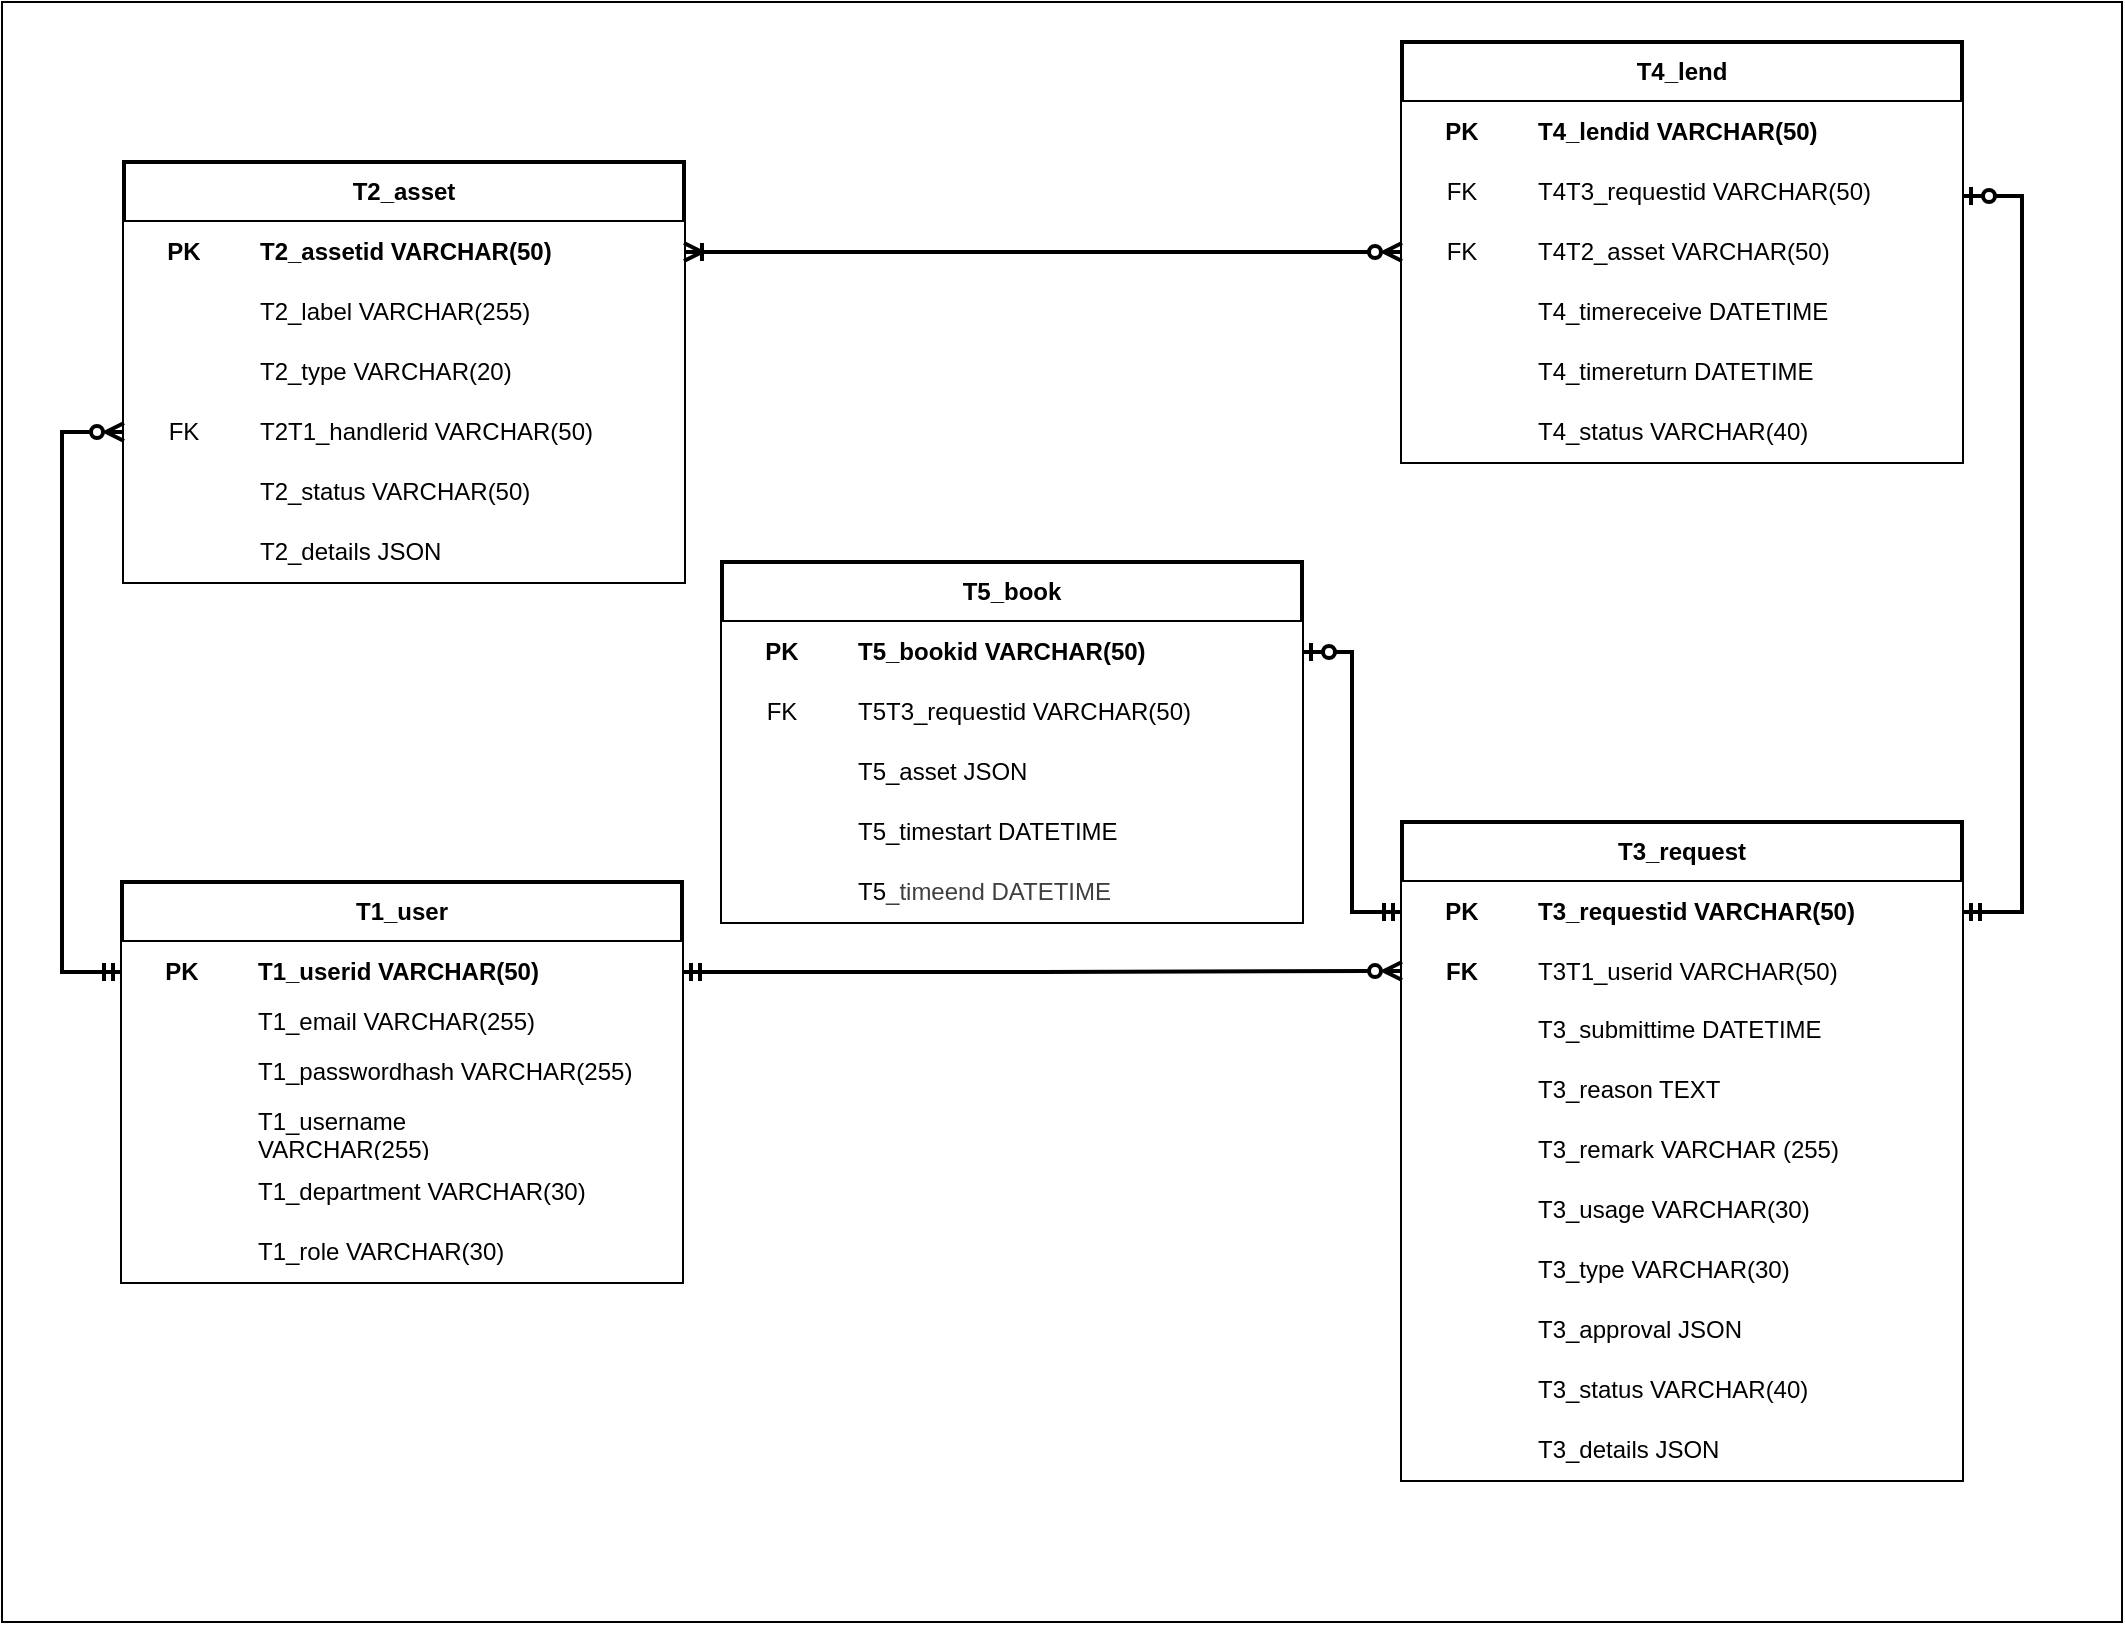
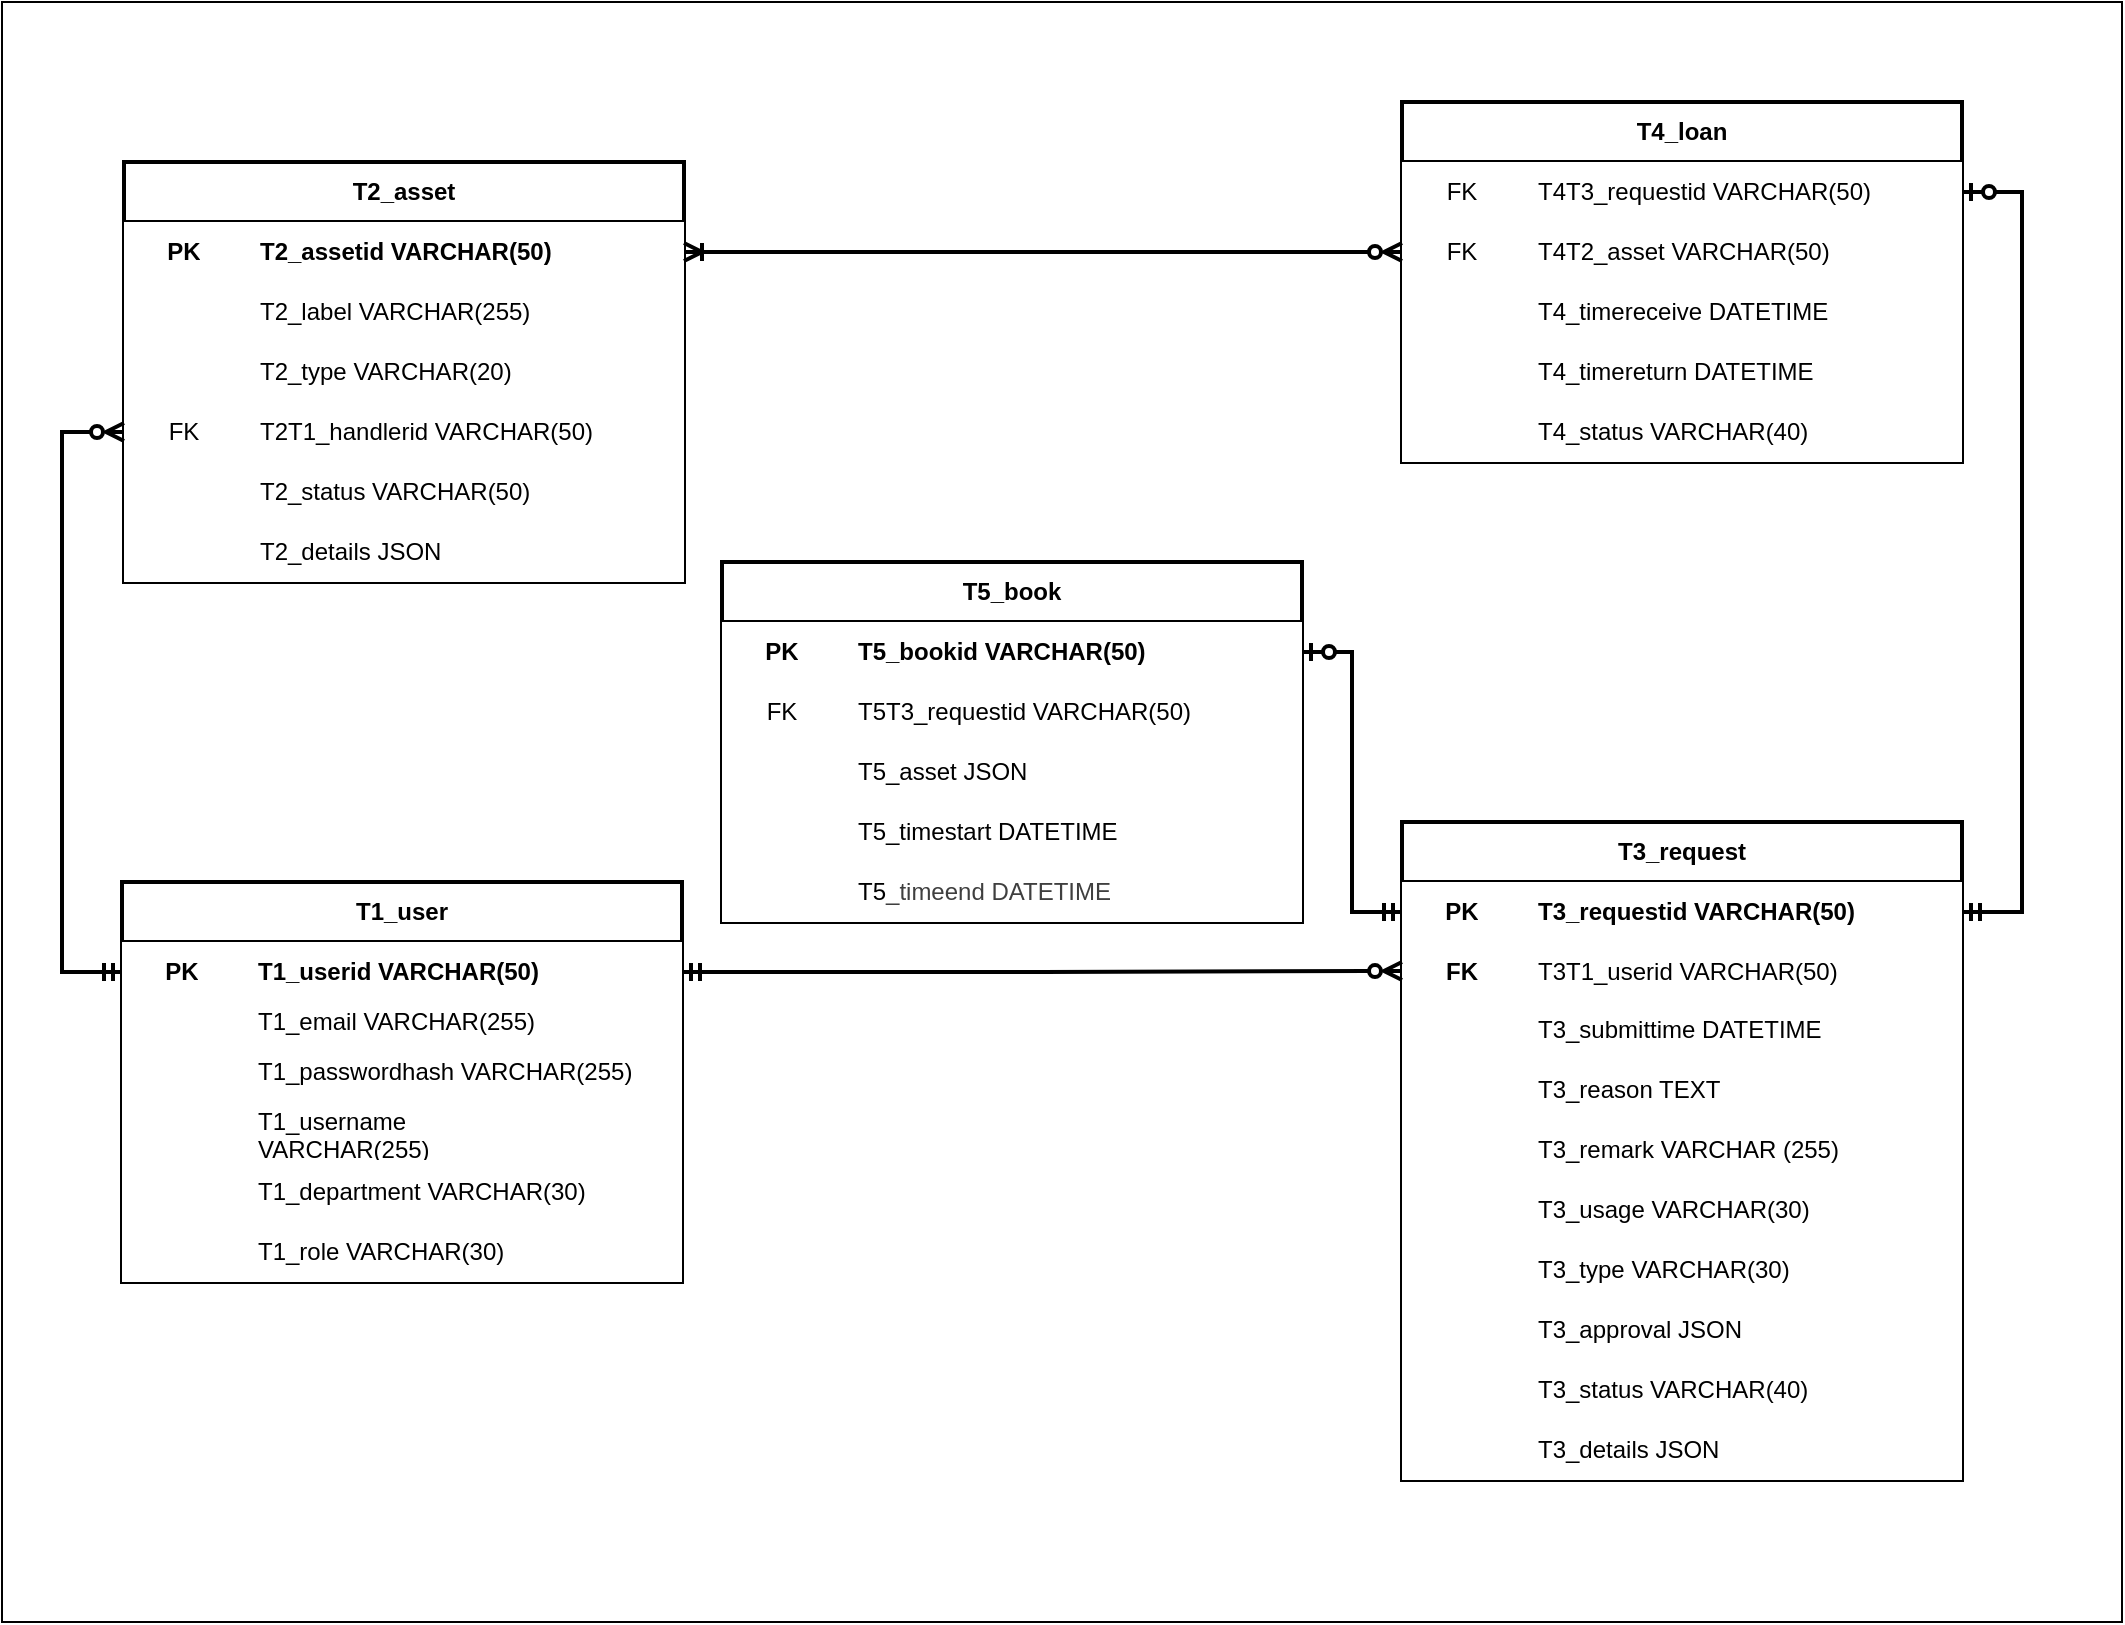
<mxfile host="65bd71144e">
    <diagram id="99jGwjI2mK34O7oxaWJw" name="Page-1">
-         <mxGraphModel dx="478" dy="547" grid="1" gridSize="10" guides="1" tooltips="1" connect="1" arrows="1" fold="1" page="1" pageScale="1" pageWidth="827" pageHeight="1169" math="0" shadow="0">
+         <mxGraphModel dx="798" dy="547" grid="1" gridSize="10" guides="1" tooltips="1" connect="1" arrows="1" fold="1" page="1" pageScale="1" pageWidth="827" pageHeight="1169" math="0" shadow="0">
            <root>
                <mxCell id="0"/>
                <mxCell id="1" parent="0"/>
                <mxCell id="160" value="" style="rounded=0;whiteSpace=wrap;html=1;" parent="1" vertex="1">
                    <mxGeometry x="160" y="90" width="1060" height="810" as="geometry"/>
                </mxCell>
                <mxCell id="18" value="T1_user" style="shape=table;startSize=30;container=1;collapsible=1;childLayout=tableLayout;fixedRows=1;rowLines=0;fontStyle=1;align=center;resizeLast=1;html=1;whiteSpace=wrap;fillColor=default;fillStyle=solid;swimlaneFillColor=none;strokeColor=default;perimeterSpacing=0;swimlaneLine=1;shadow=0;strokeWidth=2;labelBorderColor=none;labelBackgroundColor=none;" parent="1" vertex="1">
                    <mxGeometry x="220" y="530" width="280" height="200" as="geometry"/>
                </mxCell>
                <mxCell id="19" value="" style="shape=tableRow;horizontal=0;startSize=0;swimlaneHead=0;swimlaneBody=0;fillColor=default;collapsible=0;dropTarget=0;points=[[0,0.5],[1,0.5]];portConstraint=eastwest;top=0;left=0;right=0;bottom=0;html=1;labelBackgroundColor=none;labelBorderColor=none;swimlaneFillColor=none;" parent="18" vertex="1">
                    <mxGeometry y="30" width="280" height="30" as="geometry"/>
                </mxCell>
                <mxCell id="20" value="PK" style="shape=partialRectangle;connectable=0;fillColor=default;top=0;left=0;bottom=0;right=0;fontStyle=1;overflow=hidden;html=1;whiteSpace=wrap;labelBackgroundColor=none;labelBorderColor=none;swimlaneFillColor=none;" parent="19" vertex="1">
                    <mxGeometry width="60" height="30" as="geometry">
                        <mxRectangle width="60" height="30" as="alternateBounds"/>
                    </mxGeometry>
                </mxCell>
                <mxCell id="21" value="T1_userid VARCHAR(50)" style="shape=partialRectangle;connectable=0;fillColor=default;top=0;left=0;bottom=0;right=0;align=left;spacingLeft=6;fontStyle=1;overflow=hidden;html=1;whiteSpace=wrap;labelBackgroundColor=none;labelBorderColor=none;swimlaneFillColor=none;" parent="19" vertex="1">
                    <mxGeometry x="60" width="220" height="30" as="geometry">
                        <mxRectangle width="220" height="30" as="alternateBounds"/>
                    </mxGeometry>
                </mxCell>
                <mxCell id="22" value="" style="shape=tableRow;horizontal=0;startSize=0;swimlaneHead=0;swimlaneBody=0;fillColor=default;collapsible=0;dropTarget=0;points=[[0,0.5],[1,0.5]];portConstraint=eastwest;top=0;left=0;right=0;bottom=0;html=1;labelBackgroundColor=none;labelBorderColor=none;swimlaneFillColor=none;" parent="18" vertex="1">
                    <mxGeometry y="60" width="280" height="20" as="geometry"/>
                </mxCell>
                <mxCell id="23" value="" style="shape=partialRectangle;connectable=0;fillColor=default;top=0;left=0;bottom=0;right=0;fontStyle=1;overflow=hidden;html=1;whiteSpace=wrap;strokeWidth=1;shadow=0;strokeColor=default;perimeterSpacing=0;labelBackgroundColor=none;labelBorderColor=none;swimlaneFillColor=none;" parent="22" vertex="1">
                    <mxGeometry width="60" height="20" as="geometry">
                        <mxRectangle width="60" height="20" as="alternateBounds"/>
                    </mxGeometry>
                </mxCell>
                <mxCell id="24" value="T1_email VARCHAR(255)" style="shape=partialRectangle;connectable=0;fillColor=default;top=0;left=0;bottom=0;right=0;align=left;spacingLeft=6;fontStyle=0;overflow=hidden;html=1;whiteSpace=wrap;strokeWidth=1;shadow=0;perimeterSpacing=0;labelBackgroundColor=none;labelBorderColor=none;swimlaneFillColor=none;" parent="22" vertex="1">
                    <mxGeometry x="60" width="220" height="20" as="geometry">
                        <mxRectangle width="220" height="20" as="alternateBounds"/>
                    </mxGeometry>
                </mxCell>
                <mxCell id="25" value="" style="shape=tableRow;horizontal=0;startSize=0;swimlaneHead=0;swimlaneBody=0;fillColor=default;collapsible=0;dropTarget=0;points=[[0,0.5],[1,0.5]];portConstraint=eastwest;top=0;left=0;right=0;bottom=0;html=1;labelBackgroundColor=none;labelBorderColor=none;swimlaneFillColor=none;" parent="18" vertex="1">
                    <mxGeometry y="80" width="280" height="30" as="geometry"/>
                </mxCell>
                <mxCell id="26" value="" style="shape=partialRectangle;connectable=0;fillColor=default;top=0;left=0;bottom=0;right=0;editable=1;overflow=hidden;html=1;whiteSpace=wrap;labelBackgroundColor=none;labelBorderColor=none;swimlaneFillColor=none;" parent="25" vertex="1">
                    <mxGeometry width="60" height="30" as="geometry">
                        <mxRectangle width="60" height="30" as="alternateBounds"/>
                    </mxGeometry>
                </mxCell>
                <mxCell id="27" value="T1_passwordhash VARCHAR(255)" style="shape=partialRectangle;connectable=0;fillColor=default;top=0;left=0;bottom=0;right=0;align=left;spacingLeft=6;overflow=hidden;html=1;whiteSpace=wrap;labelBackgroundColor=none;labelBorderColor=none;swimlaneFillColor=none;" parent="25" vertex="1">
                    <mxGeometry x="60" width="220" height="30" as="geometry">
                        <mxRectangle width="220" height="30" as="alternateBounds"/>
                    </mxGeometry>
                </mxCell>
                <mxCell id="119" value="" style="shape=tableRow;horizontal=0;startSize=0;swimlaneHead=0;swimlaneBody=0;fillColor=default;collapsible=0;dropTarget=0;points=[[0,0.5],[1,0.5]];portConstraint=eastwest;top=0;left=0;right=0;bottom=0;html=1;labelBackgroundColor=none;labelBorderColor=none;swimlaneFillColor=none;" parent="18" vertex="1">
                    <mxGeometry y="110" width="280" height="30" as="geometry"/>
                </mxCell>
                <mxCell id="120" value="" style="shape=partialRectangle;connectable=0;fillColor=default;top=0;left=0;bottom=0;right=0;editable=1;overflow=hidden;html=1;whiteSpace=wrap;labelBackgroundColor=none;labelBorderColor=none;swimlaneFillColor=none;" parent="119" vertex="1">
                    <mxGeometry width="60" height="30" as="geometry">
                        <mxRectangle width="60" height="30" as="alternateBounds"/>
                    </mxGeometry>
                </mxCell>
                <mxCell id="121" value="T1_username VARCHAR(255)&lt;span style=&quot;white-space: pre;&quot;&gt;&#x9;&lt;/span&gt;&lt;span style=&quot;white-space: pre;&quot;&gt;&#x9;&lt;/span&gt;" style="shape=partialRectangle;connectable=0;fillColor=default;top=0;left=0;bottom=0;right=0;align=left;spacingLeft=6;overflow=hidden;html=1;whiteSpace=wrap;labelBackgroundColor=none;labelBorderColor=none;swimlaneFillColor=none;" parent="119" vertex="1">
                    <mxGeometry x="60" width="220" height="30" as="geometry">
                        <mxRectangle width="220" height="30" as="alternateBounds"/>
                    </mxGeometry>
                </mxCell>
                <mxCell id="122" value="" style="shape=tableRow;horizontal=0;startSize=0;swimlaneHead=0;swimlaneBody=0;fillColor=default;collapsible=0;dropTarget=0;points=[[0,0.5],[1,0.5]];portConstraint=eastwest;top=0;left=0;right=0;bottom=0;html=1;labelBackgroundColor=none;labelBorderColor=none;swimlaneFillColor=none;" parent="18" vertex="1">
                    <mxGeometry y="140" width="280" height="30" as="geometry"/>
                </mxCell>
                <mxCell id="123" value="" style="shape=partialRectangle;connectable=0;fillColor=default;top=0;left=0;bottom=0;right=0;editable=1;overflow=hidden;html=1;whiteSpace=wrap;labelBackgroundColor=none;labelBorderColor=none;swimlaneFillColor=none;" parent="122" vertex="1">
                    <mxGeometry width="60" height="30" as="geometry">
                        <mxRectangle width="60" height="30" as="alternateBounds"/>
                    </mxGeometry>
                </mxCell>
                <mxCell id="124" value="T1_department VARCHAR(30)" style="shape=partialRectangle;connectable=0;fillColor=default;top=0;left=0;bottom=0;right=0;align=left;spacingLeft=6;overflow=hidden;html=1;whiteSpace=wrap;labelBackgroundColor=none;labelBorderColor=none;swimlaneFillColor=none;" parent="122" vertex="1">
                    <mxGeometry x="60" width="220" height="30" as="geometry">
                        <mxRectangle width="220" height="30" as="alternateBounds"/>
                    </mxGeometry>
                </mxCell>
                <mxCell id="28" value="" style="shape=tableRow;horizontal=0;startSize=0;swimlaneHead=0;swimlaneBody=0;fillColor=default;collapsible=0;dropTarget=0;points=[[0,0.5],[1,0.5]];portConstraint=eastwest;top=0;left=0;right=0;bottom=0;html=1;labelBackgroundColor=none;labelBorderColor=none;swimlaneFillColor=none;" parent="18" vertex="1">
                    <mxGeometry y="170" width="280" height="30" as="geometry"/>
                </mxCell>
                <mxCell id="29" value="" style="shape=partialRectangle;connectable=0;fillColor=default;top=0;left=0;bottom=0;right=0;editable=1;overflow=hidden;html=1;whiteSpace=wrap;labelBackgroundColor=none;labelBorderColor=none;swimlaneFillColor=none;" parent="28" vertex="1">
                    <mxGeometry width="60" height="30" as="geometry">
                        <mxRectangle width="60" height="30" as="alternateBounds"/>
                    </mxGeometry>
                </mxCell>
                <mxCell id="30" value="T1_role VARCHAR(30)" style="shape=partialRectangle;connectable=0;fillColor=default;top=0;left=0;bottom=0;right=0;align=left;spacingLeft=6;overflow=hidden;html=1;whiteSpace=wrap;labelBackgroundColor=none;labelBorderColor=none;swimlaneFillColor=none;" parent="28" vertex="1">
                    <mxGeometry x="60" width="220" height="30" as="geometry">
                        <mxRectangle width="220" height="30" as="alternateBounds"/>
                    </mxGeometry>
                </mxCell>
                <mxCell id="34" value="T2_asset" style="shape=table;startSize=30;container=1;collapsible=1;childLayout=tableLayout;fixedRows=1;rowLines=0;fontStyle=1;align=center;resizeLast=1;html=1;whiteSpace=wrap;fillColor=default;fillStyle=solid;swimlaneFillColor=none;strokeColor=default;perimeterSpacing=0;swimlaneLine=1;shadow=0;strokeWidth=2;labelBorderColor=none;labelBackgroundColor=none;" parent="1" vertex="1">
                    <mxGeometry x="221" y="170" width="280" height="210" as="geometry"/>
                </mxCell>
                <mxCell id="35" value="" style="shape=tableRow;horizontal=0;startSize=0;swimlaneHead=0;swimlaneBody=0;fillColor=default;collapsible=0;dropTarget=0;points=[[0,0.5],[1,0.5]];portConstraint=eastwest;top=0;left=0;right=0;bottom=0;html=1;labelBackgroundColor=none;labelBorderColor=none;swimlaneFillColor=none;" parent="34" vertex="1">
                    <mxGeometry y="30" width="280" height="30" as="geometry"/>
                </mxCell>
                <mxCell id="36" value="PK" style="shape=partialRectangle;connectable=0;fillColor=default;top=0;left=0;bottom=0;right=0;fontStyle=1;overflow=hidden;html=1;whiteSpace=wrap;labelBackgroundColor=none;labelBorderColor=none;swimlaneFillColor=none;" parent="35" vertex="1">
                    <mxGeometry width="60" height="30" as="geometry">
                        <mxRectangle width="60" height="30" as="alternateBounds"/>
                    </mxGeometry>
                </mxCell>
                <mxCell id="37" value="T2_assetid VARCHAR(50)" style="shape=partialRectangle;connectable=0;fillColor=default;top=0;left=0;bottom=0;right=0;align=left;spacingLeft=6;fontStyle=1;overflow=hidden;html=1;whiteSpace=wrap;labelBackgroundColor=none;labelBorderColor=none;swimlaneFillColor=none;" parent="35" vertex="1">
                    <mxGeometry x="60" width="220" height="30" as="geometry">
                        <mxRectangle width="220" height="30" as="alternateBounds"/>
                    </mxGeometry>
                </mxCell>
                <mxCell id="38" value="" style="shape=tableRow;horizontal=0;startSize=0;swimlaneHead=0;swimlaneBody=0;fillColor=default;collapsible=0;dropTarget=0;points=[[0,0.5],[1,0.5]];portConstraint=eastwest;top=0;left=0;right=0;bottom=0;html=1;labelBackgroundColor=none;labelBorderColor=none;swimlaneFillColor=none;" parent="34" vertex="1">
                    <mxGeometry y="60" width="280" height="30" as="geometry"/>
                </mxCell>
                <mxCell id="39" value="" style="shape=partialRectangle;connectable=0;fillColor=default;top=0;left=0;bottom=0;right=0;fontStyle=1;overflow=hidden;html=1;whiteSpace=wrap;strokeWidth=1;shadow=0;strokeColor=default;perimeterSpacing=0;labelBackgroundColor=none;labelBorderColor=none;swimlaneFillColor=none;" parent="38" vertex="1">
                    <mxGeometry width="60" height="30" as="geometry">
                        <mxRectangle width="60" height="30" as="alternateBounds"/>
                    </mxGeometry>
                </mxCell>
                <mxCell id="40" value="T2_label VARCHAR(255)" style="shape=partialRectangle;connectable=0;fillColor=default;top=0;left=0;bottom=0;right=0;align=left;spacingLeft=6;fontStyle=0;overflow=hidden;html=1;whiteSpace=wrap;strokeWidth=1;shadow=0;perimeterSpacing=0;labelBackgroundColor=none;labelBorderColor=none;swimlaneFillColor=none;" parent="38" vertex="1">
                    <mxGeometry x="60" width="220" height="30" as="geometry">
                        <mxRectangle width="220" height="30" as="alternateBounds"/>
                    </mxGeometry>
                </mxCell>
                <mxCell id="66" value="" style="shape=tableRow;horizontal=0;startSize=0;swimlaneHead=0;swimlaneBody=0;fillColor=default;collapsible=0;dropTarget=0;points=[[0,0.5],[1,0.5]];portConstraint=eastwest;top=0;left=0;right=0;bottom=0;html=1;labelBackgroundColor=none;labelBorderColor=none;swimlaneFillColor=none;" parent="34" vertex="1">
                    <mxGeometry y="90" width="280" height="30" as="geometry"/>
                </mxCell>
                <mxCell id="67" value="" style="shape=partialRectangle;connectable=0;fillColor=default;top=0;left=0;bottom=0;right=0;fontStyle=1;overflow=hidden;html=1;whiteSpace=wrap;strokeWidth=1;shadow=0;strokeColor=default;perimeterSpacing=0;labelBackgroundColor=none;labelBorderColor=none;swimlaneFillColor=none;" parent="66" vertex="1">
                    <mxGeometry width="60" height="30" as="geometry">
                        <mxRectangle width="60" height="30" as="alternateBounds"/>
                    </mxGeometry>
                </mxCell>
                <mxCell id="68" value="T2_type VARCHAR(20)" style="shape=partialRectangle;connectable=0;fillColor=default;top=0;left=0;bottom=0;right=0;align=left;spacingLeft=6;fontStyle=0;overflow=hidden;html=1;whiteSpace=wrap;strokeWidth=1;shadow=0;perimeterSpacing=0;labelBackgroundColor=none;labelBorderColor=none;swimlaneFillColor=none;" parent="66" vertex="1">
                    <mxGeometry x="60" width="220" height="30" as="geometry">
                        <mxRectangle width="220" height="30" as="alternateBounds"/>
                    </mxGeometry>
                </mxCell>
                <mxCell id="60" value="" style="shape=tableRow;horizontal=0;startSize=0;swimlaneHead=0;swimlaneBody=0;fillColor=default;collapsible=0;dropTarget=0;points=[[0,0.5],[1,0.5]];portConstraint=eastwest;top=0;left=0;right=0;bottom=0;html=1;labelBackgroundColor=none;labelBorderColor=none;swimlaneFillColor=none;" parent="34" vertex="1">
                    <mxGeometry y="120" width="280" height="30" as="geometry"/>
                </mxCell>
                <mxCell id="61" value="FK" style="shape=partialRectangle;connectable=0;fillColor=default;top=0;left=0;bottom=0;right=0;editable=1;overflow=hidden;html=1;whiteSpace=wrap;labelBackgroundColor=none;labelBorderColor=none;swimlaneFillColor=none;" parent="60" vertex="1">
                    <mxGeometry width="60" height="30" as="geometry">
                        <mxRectangle width="60" height="30" as="alternateBounds"/>
                    </mxGeometry>
                </mxCell>
                <mxCell id="62" value="T2T1_handlerid VARCHAR(50)" style="shape=partialRectangle;connectable=0;fillColor=default;top=0;left=0;bottom=0;right=0;align=left;spacingLeft=6;overflow=hidden;html=1;whiteSpace=wrap;labelBackgroundColor=none;labelBorderColor=none;swimlaneFillColor=none;" parent="60" vertex="1">
                    <mxGeometry x="60" width="220" height="30" as="geometry">
                        <mxRectangle width="220" height="30" as="alternateBounds"/>
                    </mxGeometry>
                </mxCell>
                <mxCell id="69" value="" style="shape=tableRow;horizontal=0;startSize=0;swimlaneHead=0;swimlaneBody=0;fillColor=default;collapsible=0;dropTarget=0;points=[[0,0.5],[1,0.5]];portConstraint=eastwest;top=0;left=0;right=0;bottom=0;html=1;labelBackgroundColor=none;labelBorderColor=none;swimlaneFillColor=none;" parent="34" vertex="1">
                    <mxGeometry y="150" width="280" height="30" as="geometry"/>
                </mxCell>
                <mxCell id="70" value="" style="shape=partialRectangle;connectable=0;fillColor=default;top=0;left=0;bottom=0;right=0;editable=1;overflow=hidden;html=1;whiteSpace=wrap;labelBackgroundColor=none;labelBorderColor=none;swimlaneFillColor=none;" parent="69" vertex="1">
                    <mxGeometry width="60" height="30" as="geometry">
                        <mxRectangle width="60" height="30" as="alternateBounds"/>
                    </mxGeometry>
                </mxCell>
                <mxCell id="71" value="T2_status VARCHAR(50)" style="shape=partialRectangle;connectable=0;fillColor=default;top=0;left=0;bottom=0;right=0;align=left;spacingLeft=6;overflow=hidden;html=1;whiteSpace=wrap;labelBackgroundColor=none;labelBorderColor=none;swimlaneFillColor=none;" parent="69" vertex="1">
                    <mxGeometry x="60" width="220" height="30" as="geometry">
                        <mxRectangle width="220" height="30" as="alternateBounds"/>
                    </mxGeometry>
                </mxCell>
                <mxCell id="153" value="" style="shape=tableRow;horizontal=0;startSize=0;swimlaneHead=0;swimlaneBody=0;fillColor=default;collapsible=0;dropTarget=0;points=[[0,0.5],[1,0.5]];portConstraint=eastwest;top=0;left=0;right=0;bottom=0;html=1;labelBackgroundColor=none;labelBorderColor=none;swimlaneFillColor=none;" parent="34" vertex="1">
                    <mxGeometry y="180" width="280" height="30" as="geometry"/>
                </mxCell>
                <mxCell id="154" value="" style="shape=partialRectangle;connectable=0;fillColor=default;top=0;left=0;bottom=0;right=0;editable=1;overflow=hidden;html=1;whiteSpace=wrap;labelBackgroundColor=none;labelBorderColor=none;swimlaneFillColor=none;" parent="153" vertex="1">
                    <mxGeometry width="60" height="30" as="geometry">
                        <mxRectangle width="60" height="30" as="alternateBounds"/>
                    </mxGeometry>
                </mxCell>
                <mxCell id="155" value="T2_details JSON" style="shape=partialRectangle;connectable=0;fillColor=default;top=0;left=0;bottom=0;right=0;align=left;spacingLeft=6;overflow=hidden;html=1;whiteSpace=wrap;labelBackgroundColor=none;labelBorderColor=none;swimlaneFillColor=none;" parent="153" vertex="1">
                    <mxGeometry x="60" width="220" height="30" as="geometry">
                        <mxRectangle width="220" height="30" as="alternateBounds"/>
                    </mxGeometry>
                </mxCell>
                <mxCell id="72" value="T3_request" style="shape=table;startSize=30;container=1;collapsible=1;childLayout=tableLayout;fixedRows=1;rowLines=0;fontStyle=1;align=center;resizeLast=1;html=1;whiteSpace=wrap;fillColor=default;fillStyle=solid;swimlaneFillColor=none;strokeColor=default;perimeterSpacing=0;swimlaneLine=1;shadow=0;strokeWidth=2;labelBorderColor=none;labelBackgroundColor=none;" parent="1" vertex="1">
                    <mxGeometry x="860" y="500" width="280" height="329" as="geometry"/>
                </mxCell>
                <mxCell id="73" value="" style="shape=tableRow;horizontal=0;startSize=0;swimlaneHead=0;swimlaneBody=0;fillColor=default;collapsible=0;dropTarget=0;points=[[0,0.5],[1,0.5]];portConstraint=eastwest;top=0;left=0;right=0;bottom=0;html=1;labelBackgroundColor=none;labelBorderColor=none;swimlaneFillColor=none;" parent="72" vertex="1">
                    <mxGeometry y="30" width="280" height="30" as="geometry"/>
                </mxCell>
                <mxCell id="74" value="PK" style="shape=partialRectangle;connectable=0;fillColor=default;top=0;left=0;bottom=0;right=0;fontStyle=1;overflow=hidden;html=1;whiteSpace=wrap;labelBackgroundColor=none;labelBorderColor=none;swimlaneFillColor=none;" parent="73" vertex="1">
                    <mxGeometry width="60" height="30" as="geometry">
                        <mxRectangle width="60" height="30" as="alternateBounds"/>
                    </mxGeometry>
                </mxCell>
                <mxCell id="75" value="T3_requestid VARCHAR(50)" style="shape=partialRectangle;connectable=0;fillColor=default;top=0;left=0;bottom=0;right=0;align=left;spacingLeft=6;fontStyle=1;overflow=hidden;html=1;whiteSpace=wrap;labelBackgroundColor=none;labelBorderColor=none;swimlaneFillColor=none;" parent="73" vertex="1">
                    <mxGeometry x="60" width="220" height="30" as="geometry">
                        <mxRectangle width="220" height="30" as="alternateBounds"/>
                    </mxGeometry>
                </mxCell>
                <mxCell id="76" value="" style="shape=tableRow;horizontal=0;startSize=0;swimlaneHead=0;swimlaneBody=0;fillColor=default;collapsible=0;dropTarget=0;points=[[0,0.5],[1,0.5]];portConstraint=eastwest;top=0;left=0;right=0;bottom=0;html=1;labelBackgroundColor=none;labelBorderColor=none;swimlaneFillColor=none;" parent="72" vertex="1">
                    <mxGeometry y="60" width="280" height="29" as="geometry"/>
                </mxCell>
                <mxCell id="77" value="FK" style="shape=partialRectangle;connectable=0;fillColor=default;top=0;left=0;bottom=0;right=0;fontStyle=1;overflow=hidden;html=1;whiteSpace=wrap;strokeWidth=1;shadow=0;strokeColor=default;perimeterSpacing=0;labelBackgroundColor=none;labelBorderColor=none;swimlaneFillColor=none;" parent="76" vertex="1">
                    <mxGeometry width="60" height="29" as="geometry">
                        <mxRectangle width="60" height="29" as="alternateBounds"/>
                    </mxGeometry>
                </mxCell>
                <mxCell id="78" value="T3T1_userid VARCHAR(50)" style="shape=partialRectangle;connectable=0;fillColor=default;top=0;left=0;bottom=0;right=0;align=left;spacingLeft=6;fontStyle=0;overflow=hidden;html=1;whiteSpace=wrap;strokeWidth=1;shadow=0;perimeterSpacing=0;labelBackgroundColor=none;labelBorderColor=none;swimlaneFillColor=none;" parent="76" vertex="1">
                    <mxGeometry x="60" width="220" height="29" as="geometry">
                        <mxRectangle width="220" height="29" as="alternateBounds"/>
                    </mxGeometry>
                </mxCell>
                <mxCell id="79" value="" style="shape=tableRow;horizontal=0;startSize=0;swimlaneHead=0;swimlaneBody=0;fillColor=default;collapsible=0;dropTarget=0;points=[[0,0.5],[1,0.5]];portConstraint=eastwest;top=0;left=0;right=0;bottom=0;html=1;labelBackgroundColor=none;labelBorderColor=none;swimlaneFillColor=none;" parent="72" vertex="1">
                    <mxGeometry y="89" width="280" height="30" as="geometry"/>
                </mxCell>
                <mxCell id="80" value="" style="shape=partialRectangle;connectable=0;fillColor=default;top=0;left=0;bottom=0;right=0;editable=1;overflow=hidden;html=1;whiteSpace=wrap;labelBackgroundColor=none;labelBorderColor=none;swimlaneFillColor=none;" parent="79" vertex="1">
                    <mxGeometry width="60" height="30" as="geometry">
                        <mxRectangle width="60" height="30" as="alternateBounds"/>
                    </mxGeometry>
                </mxCell>
                <mxCell id="81" value="T3_submittime DATETIME" style="shape=partialRectangle;connectable=0;fillColor=default;top=0;left=0;bottom=0;right=0;align=left;spacingLeft=6;overflow=hidden;html=1;whiteSpace=wrap;labelBackgroundColor=none;labelBorderColor=none;swimlaneFillColor=none;" parent="79" vertex="1">
                    <mxGeometry x="60" width="220" height="30" as="geometry">
                        <mxRectangle width="220" height="30" as="alternateBounds"/>
                    </mxGeometry>
                </mxCell>
                <mxCell id="128" value="" style="shape=tableRow;horizontal=0;startSize=0;swimlaneHead=0;swimlaneBody=0;fillColor=default;collapsible=0;dropTarget=0;points=[[0,0.5],[1,0.5]];portConstraint=eastwest;top=0;left=0;right=0;bottom=0;html=1;labelBackgroundColor=none;labelBorderColor=none;swimlaneFillColor=none;" parent="72" vertex="1">
                    <mxGeometry y="119" width="280" height="30" as="geometry"/>
                </mxCell>
                <mxCell id="129" value="" style="shape=partialRectangle;connectable=0;fillColor=default;top=0;left=0;bottom=0;right=0;editable=1;overflow=hidden;html=1;whiteSpace=wrap;labelBackgroundColor=none;labelBorderColor=none;swimlaneFillColor=none;" parent="128" vertex="1">
                    <mxGeometry width="60" height="30" as="geometry">
                        <mxRectangle width="60" height="30" as="alternateBounds"/>
                    </mxGeometry>
                </mxCell>
                <mxCell id="130" value="T3_reason TEXT" style="shape=partialRectangle;connectable=0;fillColor=default;top=0;left=0;bottom=0;right=0;align=left;spacingLeft=6;overflow=hidden;html=1;whiteSpace=wrap;labelBackgroundColor=none;labelBorderColor=none;swimlaneFillColor=none;" parent="128" vertex="1">
                    <mxGeometry x="60" width="220" height="30" as="geometry">
                        <mxRectangle width="220" height="30" as="alternateBounds"/>
                    </mxGeometry>
                </mxCell>
                <mxCell id="131" value="" style="shape=tableRow;horizontal=0;startSize=0;swimlaneHead=0;swimlaneBody=0;fillColor=default;collapsible=0;dropTarget=0;points=[[0,0.5],[1,0.5]];portConstraint=eastwest;top=0;left=0;right=0;bottom=0;html=1;labelBackgroundColor=none;labelBorderColor=none;swimlaneFillColor=none;" parent="72" vertex="1">
                    <mxGeometry y="149" width="280" height="30" as="geometry"/>
                </mxCell>
                <mxCell id="132" value="" style="shape=partialRectangle;connectable=0;fillColor=default;top=0;left=0;bottom=0;right=0;editable=1;overflow=hidden;html=1;whiteSpace=wrap;labelBackgroundColor=none;labelBorderColor=none;swimlaneFillColor=none;" parent="131" vertex="1">
                    <mxGeometry width="60" height="30" as="geometry">
                        <mxRectangle width="60" height="30" as="alternateBounds"/>
                    </mxGeometry>
                </mxCell>
                <mxCell id="133" value="T3_remark VARCHAR (255)" style="shape=partialRectangle;connectable=0;fillColor=default;top=0;left=0;bottom=0;right=0;align=left;spacingLeft=6;overflow=hidden;html=1;whiteSpace=wrap;labelBackgroundColor=none;labelBorderColor=none;swimlaneFillColor=none;" parent="131" vertex="1">
                    <mxGeometry x="60" width="220" height="30" as="geometry">
                        <mxRectangle width="220" height="30" as="alternateBounds"/>
                    </mxGeometry>
                </mxCell>
                <mxCell id="134" value="" style="shape=tableRow;horizontal=0;startSize=0;swimlaneHead=0;swimlaneBody=0;fillColor=default;collapsible=0;dropTarget=0;points=[[0,0.5],[1,0.5]];portConstraint=eastwest;top=0;left=0;right=0;bottom=0;html=1;labelBackgroundColor=none;labelBorderColor=none;swimlaneFillColor=none;" parent="72" vertex="1">
                    <mxGeometry y="179" width="280" height="30" as="geometry"/>
                </mxCell>
                <mxCell id="135" value="" style="shape=partialRectangle;connectable=0;fillColor=default;top=0;left=0;bottom=0;right=0;editable=1;overflow=hidden;html=1;whiteSpace=wrap;labelBackgroundColor=none;labelBorderColor=none;swimlaneFillColor=none;" parent="134" vertex="1">
                    <mxGeometry width="60" height="30" as="geometry">
                        <mxRectangle width="60" height="30" as="alternateBounds"/>
                    </mxGeometry>
                </mxCell>
                <mxCell id="136" value="T3_usage VARCHAR(30)" style="shape=partialRectangle;connectable=0;fillColor=default;top=0;left=0;bottom=0;right=0;align=left;spacingLeft=6;overflow=hidden;html=1;whiteSpace=wrap;labelBackgroundColor=none;labelBorderColor=none;swimlaneFillColor=none;" parent="134" vertex="1">
                    <mxGeometry x="60" width="220" height="30" as="geometry">
                        <mxRectangle width="220" height="30" as="alternateBounds"/>
                    </mxGeometry>
                </mxCell>
                <mxCell id="137" value="" style="shape=tableRow;horizontal=0;startSize=0;swimlaneHead=0;swimlaneBody=0;fillColor=default;collapsible=0;dropTarget=0;points=[[0,0.5],[1,0.5]];portConstraint=eastwest;top=0;left=0;right=0;bottom=0;html=1;labelBackgroundColor=none;labelBorderColor=none;swimlaneFillColor=none;" parent="72" vertex="1">
                    <mxGeometry y="209" width="280" height="30" as="geometry"/>
                </mxCell>
                <mxCell id="138" value="" style="shape=partialRectangle;connectable=0;fillColor=default;top=0;left=0;bottom=0;right=0;editable=1;overflow=hidden;html=1;whiteSpace=wrap;labelBackgroundColor=none;labelBorderColor=none;swimlaneFillColor=none;" parent="137" vertex="1">
                    <mxGeometry width="60" height="30" as="geometry">
                        <mxRectangle width="60" height="30" as="alternateBounds"/>
                    </mxGeometry>
                </mxCell>
                <mxCell id="139" value="T3_type VARCHAR(30)" style="shape=partialRectangle;connectable=0;fillColor=default;top=0;left=0;bottom=0;right=0;align=left;spacingLeft=6;overflow=hidden;html=1;whiteSpace=wrap;labelBackgroundColor=none;labelBorderColor=none;swimlaneFillColor=none;" parent="137" vertex="1">
                    <mxGeometry x="60" width="220" height="30" as="geometry">
                        <mxRectangle width="220" height="30" as="alternateBounds"/>
                    </mxGeometry>
                </mxCell>
                <mxCell id="82" value="" style="shape=tableRow;horizontal=0;startSize=0;swimlaneHead=0;swimlaneBody=0;fillColor=default;collapsible=0;dropTarget=0;points=[[0,0.5],[1,0.5]];portConstraint=eastwest;top=0;left=0;right=0;bottom=0;html=1;labelBackgroundColor=none;labelBorderColor=none;swimlaneFillColor=none;" parent="72" vertex="1">
                    <mxGeometry y="239" width="280" height="30" as="geometry"/>
                </mxCell>
                <mxCell id="83" value="" style="shape=partialRectangle;connectable=0;fillColor=default;top=0;left=0;bottom=0;right=0;editable=1;overflow=hidden;html=1;whiteSpace=wrap;labelBackgroundColor=none;labelBorderColor=none;swimlaneFillColor=none;" parent="82" vertex="1">
                    <mxGeometry width="60" height="30" as="geometry">
                        <mxRectangle width="60" height="30" as="alternateBounds"/>
                    </mxGeometry>
                </mxCell>
                <mxCell id="84" value="T3_approval JSON" style="shape=partialRectangle;connectable=0;fillColor=default;top=0;left=0;bottom=0;right=0;align=left;spacingLeft=6;overflow=hidden;html=1;whiteSpace=wrap;labelBackgroundColor=none;labelBorderColor=none;swimlaneFillColor=none;" parent="82" vertex="1">
                    <mxGeometry x="60" width="220" height="30" as="geometry">
                        <mxRectangle width="220" height="30" as="alternateBounds"/>
                    </mxGeometry>
                </mxCell>
                <mxCell id="88" value="" style="shape=tableRow;horizontal=0;startSize=0;swimlaneHead=0;swimlaneBody=0;fillColor=default;collapsible=0;dropTarget=0;points=[[0,0.5],[1,0.5]];portConstraint=eastwest;top=0;left=0;right=0;bottom=0;html=1;labelBackgroundColor=none;labelBorderColor=none;swimlaneFillColor=none;" parent="72" vertex="1">
                    <mxGeometry y="269" width="280" height="30" as="geometry"/>
                </mxCell>
                <mxCell id="89" value="" style="shape=partialRectangle;connectable=0;fillColor=default;top=0;left=0;bottom=0;right=0;editable=1;overflow=hidden;html=1;whiteSpace=wrap;labelBackgroundColor=none;labelBorderColor=none;swimlaneFillColor=none;" parent="88" vertex="1">
                    <mxGeometry width="60" height="30" as="geometry">
                        <mxRectangle width="60" height="30" as="alternateBounds"/>
                    </mxGeometry>
                </mxCell>
                <mxCell id="90" value="T3_status VARCHAR(40)" style="shape=partialRectangle;connectable=0;fillColor=default;top=0;left=0;bottom=0;right=0;align=left;spacingLeft=6;overflow=hidden;html=1;whiteSpace=wrap;labelBackgroundColor=none;labelBorderColor=none;swimlaneFillColor=none;" parent="88" vertex="1">
                    <mxGeometry x="60" width="220" height="30" as="geometry">
                        <mxRectangle width="220" height="30" as="alternateBounds"/>
                    </mxGeometry>
                </mxCell>
                <mxCell id="85" value="" style="shape=tableRow;horizontal=0;startSize=0;swimlaneHead=0;swimlaneBody=0;fillColor=default;collapsible=0;dropTarget=0;points=[[0,0.5],[1,0.5]];portConstraint=eastwest;top=0;left=0;right=0;bottom=0;html=1;labelBackgroundColor=none;labelBorderColor=none;swimlaneFillColor=none;" parent="72" vertex="1">
                    <mxGeometry y="299" width="280" height="30" as="geometry"/>
                </mxCell>
                <mxCell id="86" value="" style="shape=partialRectangle;connectable=0;fillColor=default;top=0;left=0;bottom=0;right=0;editable=1;overflow=hidden;html=1;whiteSpace=wrap;labelBackgroundColor=none;labelBorderColor=none;swimlaneFillColor=none;" parent="85" vertex="1">
                    <mxGeometry width="60" height="30" as="geometry">
                        <mxRectangle width="60" height="30" as="alternateBounds"/>
                    </mxGeometry>
                </mxCell>
                <mxCell id="87" value="T3_details JSON" style="shape=partialRectangle;connectable=0;fillColor=default;top=0;left=0;bottom=0;right=0;align=left;spacingLeft=6;overflow=hidden;html=1;whiteSpace=wrap;labelBackgroundColor=none;labelBorderColor=none;swimlaneFillColor=none;" parent="85" vertex="1">
                    <mxGeometry x="60" width="220" height="30" as="geometry">
                        <mxRectangle width="220" height="30" as="alternateBounds"/>
                    </mxGeometry>
                </mxCell>
-                 <mxCell id="161" value="T4_lend" style="shape=table;startSize=30;container=1;collapsible=1;childLayout=tableLayout;fixedRows=1;rowLines=0;fontStyle=1;align=center;resizeLast=1;html=1;whiteSpace=wrap;fillColor=default;fillStyle=solid;swimlaneFillColor=none;strokeColor=default;perimeterSpacing=0;swimlaneLine=1;shadow=0;strokeWidth=2;labelBorderColor=none;labelBackgroundColor=none;" parent="1" vertex="1">
-                     <mxGeometry x="860" y="110" width="280" height="210" as="geometry"/>
-                 </mxCell>
-                 <mxCell id="162" value="" style="shape=tableRow;horizontal=0;startSize=0;swimlaneHead=0;swimlaneBody=0;fillColor=default;collapsible=0;dropTarget=0;points=[[0,0.5],[1,0.5]];portConstraint=eastwest;top=0;left=0;right=0;bottom=0;html=1;labelBackgroundColor=none;labelBorderColor=none;swimlaneFillColor=none;" parent="161" vertex="1">
+                 <mxCell id="161" value="T4_loan" style="shape=table;startSize=30;container=1;collapsible=1;childLayout=tableLayout;fixedRows=1;rowLines=0;fontStyle=1;align=center;resizeLast=1;html=1;whiteSpace=wrap;fillColor=default;fillStyle=solid;swimlaneFillColor=none;strokeColor=default;perimeterSpacing=0;swimlaneLine=1;shadow=0;strokeWidth=2;labelBorderColor=none;labelBackgroundColor=none;" parent="1" vertex="1">
+                     <mxGeometry x="860" y="140" width="280" height="180" as="geometry"/>
+                 </mxCell>
+                 <mxCell id="201" value="" style="shape=tableRow;horizontal=0;startSize=0;swimlaneHead=0;swimlaneBody=0;fillColor=default;collapsible=0;dropTarget=0;points=[[0,0.5],[1,0.5]];portConstraint=eastwest;top=0;left=0;right=0;bottom=0;html=1;labelBackgroundColor=none;labelBorderColor=none;swimlaneFillColor=none;" parent="161" vertex="1">
                    <mxGeometry y="30" width="280" height="30" as="geometry"/>
                </mxCell>
-                 <mxCell id="163" value="PK" style="shape=partialRectangle;connectable=0;fillColor=default;top=0;left=0;bottom=0;right=0;fontStyle=1;overflow=hidden;html=1;whiteSpace=wrap;labelBackgroundColor=none;labelBorderColor=none;swimlaneFillColor=none;" parent="162" vertex="1">
-                     <mxGeometry width="60" height="30" as="geometry">
-                         <mxRectangle width="60" height="30" as="alternateBounds"/>
-                     </mxGeometry>
-                 </mxCell>
-                 <mxCell id="164" value="T4_lendid VARCHAR(50)" style="shape=partialRectangle;connectable=0;fillColor=default;top=0;left=0;bottom=0;right=0;align=left;spacingLeft=6;fontStyle=1;overflow=hidden;html=1;whiteSpace=wrap;labelBackgroundColor=none;labelBorderColor=none;swimlaneFillColor=none;" parent="162" vertex="1">
-                     <mxGeometry x="60" width="220" height="30" as="geometry">
-                         <mxRectangle width="220" height="30" as="alternateBounds"/>
-                     </mxGeometry>
-                 </mxCell>
-                 <mxCell id="201" value="" style="shape=tableRow;horizontal=0;startSize=0;swimlaneHead=0;swimlaneBody=0;fillColor=default;collapsible=0;dropTarget=0;points=[[0,0.5],[1,0.5]];portConstraint=eastwest;top=0;left=0;right=0;bottom=0;html=1;labelBackgroundColor=none;labelBorderColor=none;swimlaneFillColor=none;" parent="161" vertex="1">
+                 <mxCell id="202" value="FK" style="shape=partialRectangle;connectable=0;fillColor=default;top=0;left=0;bottom=0;right=0;editable=1;overflow=hidden;html=1;whiteSpace=wrap;labelBackgroundColor=none;labelBorderColor=none;swimlaneFillColor=none;" parent="201" vertex="1">
+                     <mxGeometry width="60" height="30" as="geometry">
+                         <mxRectangle width="60" height="30" as="alternateBounds"/>
+                     </mxGeometry>
+                 </mxCell>
+                 <mxCell id="203" value="T4T3_requestid VARCHAR(50)" style="shape=partialRectangle;connectable=0;fillColor=default;top=0;left=0;bottom=0;right=0;align=left;spacingLeft=6;overflow=hidden;html=1;whiteSpace=wrap;labelBackgroundColor=none;labelBorderColor=none;swimlaneFillColor=none;" parent="201" vertex="1">
+                     <mxGeometry x="60" width="220" height="30" as="geometry">
+                         <mxRectangle width="220" height="30" as="alternateBounds"/>
+                     </mxGeometry>
+                 </mxCell>
+                 <mxCell id="165" value="" style="shape=tableRow;horizontal=0;startSize=0;swimlaneHead=0;swimlaneBody=0;fillColor=default;collapsible=0;dropTarget=0;points=[[0,0.5],[1,0.5]];portConstraint=eastwest;top=0;left=0;right=0;bottom=0;html=1;labelBackgroundColor=none;labelBorderColor=none;swimlaneFillColor=none;" parent="161" vertex="1">
                    <mxGeometry y="60" width="280" height="30" as="geometry"/>
                </mxCell>
-                 <mxCell id="202" value="FK" style="shape=partialRectangle;connectable=0;fillColor=default;top=0;left=0;bottom=0;right=0;editable=1;overflow=hidden;html=1;whiteSpace=wrap;labelBackgroundColor=none;labelBorderColor=none;swimlaneFillColor=none;" parent="201" vertex="1">
-                     <mxGeometry width="60" height="30" as="geometry">
-                         <mxRectangle width="60" height="30" as="alternateBounds"/>
-                     </mxGeometry>
-                 </mxCell>
-                 <mxCell id="203" value="T4T3_requestid VARCHAR(50)" style="shape=partialRectangle;connectable=0;fillColor=default;top=0;left=0;bottom=0;right=0;align=left;spacingLeft=6;overflow=hidden;html=1;whiteSpace=wrap;labelBackgroundColor=none;labelBorderColor=none;swimlaneFillColor=none;" parent="201" vertex="1">
-                     <mxGeometry x="60" width="220" height="30" as="geometry">
-                         <mxRectangle width="220" height="30" as="alternateBounds"/>
-                     </mxGeometry>
-                 </mxCell>
-                 <mxCell id="165" value="" style="shape=tableRow;horizontal=0;startSize=0;swimlaneHead=0;swimlaneBody=0;fillColor=default;collapsible=0;dropTarget=0;points=[[0,0.5],[1,0.5]];portConstraint=eastwest;top=0;left=0;right=0;bottom=0;html=1;labelBackgroundColor=none;labelBorderColor=none;swimlaneFillColor=none;" parent="161" vertex="1">
+                 <mxCell id="166" value="&lt;span style=&quot;font-weight: normal;&quot;&gt;FK&lt;/span&gt;" style="shape=partialRectangle;connectable=0;fillColor=default;top=0;left=0;bottom=0;right=0;fontStyle=1;overflow=hidden;html=1;whiteSpace=wrap;strokeWidth=1;shadow=0;strokeColor=default;perimeterSpacing=0;labelBackgroundColor=none;labelBorderColor=none;swimlaneFillColor=none;" parent="165" vertex="1">
+                     <mxGeometry width="60" height="30" as="geometry">
+                         <mxRectangle width="60" height="30" as="alternateBounds"/>
+                     </mxGeometry>
+                 </mxCell>
+                 <mxCell id="167" value="T4T2_asset VARCHAR(50)" style="shape=partialRectangle;connectable=0;fillColor=default;top=0;left=0;bottom=0;right=0;align=left;spacingLeft=6;fontStyle=0;overflow=hidden;html=1;whiteSpace=wrap;strokeWidth=1;shadow=0;perimeterSpacing=0;labelBackgroundColor=none;labelBorderColor=none;swimlaneFillColor=none;" parent="165" vertex="1">
+                     <mxGeometry x="60" width="220" height="30" as="geometry">
+                         <mxRectangle width="220" height="30" as="alternateBounds"/>
+                     </mxGeometry>
+                 </mxCell>
+                 <mxCell id="171" value="" style="shape=tableRow;horizontal=0;startSize=0;swimlaneHead=0;swimlaneBody=0;fillColor=default;collapsible=0;dropTarget=0;points=[[0,0.5],[1,0.5]];portConstraint=eastwest;top=0;left=0;right=0;bottom=0;html=1;labelBackgroundColor=none;labelBorderColor=none;swimlaneFillColor=none;" parent="161" vertex="1">
                    <mxGeometry y="90" width="280" height="30" as="geometry"/>
                </mxCell>
-                 <mxCell id="166" value="&lt;span style=&quot;font-weight: normal;&quot;&gt;FK&lt;/span&gt;" style="shape=partialRectangle;connectable=0;fillColor=default;top=0;left=0;bottom=0;right=0;fontStyle=1;overflow=hidden;html=1;whiteSpace=wrap;strokeWidth=1;shadow=0;strokeColor=default;perimeterSpacing=0;labelBackgroundColor=none;labelBorderColor=none;swimlaneFillColor=none;" parent="165" vertex="1">
-                     <mxGeometry width="60" height="30" as="geometry">
-                         <mxRectangle width="60" height="30" as="alternateBounds"/>
-                     </mxGeometry>
-                 </mxCell>
-                 <mxCell id="167" value="T4T2_asset VARCHAR(50)" style="shape=partialRectangle;connectable=0;fillColor=default;top=0;left=0;bottom=0;right=0;align=left;spacingLeft=6;fontStyle=0;overflow=hidden;html=1;whiteSpace=wrap;strokeWidth=1;shadow=0;perimeterSpacing=0;labelBackgroundColor=none;labelBorderColor=none;swimlaneFillColor=none;" parent="165" vertex="1">
-                     <mxGeometry x="60" width="220" height="30" as="geometry">
-                         <mxRectangle width="220" height="30" as="alternateBounds"/>
-                     </mxGeometry>
-                 </mxCell>
-                 <mxCell id="171" value="" style="shape=tableRow;horizontal=0;startSize=0;swimlaneHead=0;swimlaneBody=0;fillColor=default;collapsible=0;dropTarget=0;points=[[0,0.5],[1,0.5]];portConstraint=eastwest;top=0;left=0;right=0;bottom=0;html=1;labelBackgroundColor=none;labelBorderColor=none;swimlaneFillColor=none;" parent="161" vertex="1">
+                 <mxCell id="172" value="" style="shape=partialRectangle;connectable=0;fillColor=default;top=0;left=0;bottom=0;right=0;editable=1;overflow=hidden;html=1;whiteSpace=wrap;labelBackgroundColor=none;labelBorderColor=none;swimlaneFillColor=none;" parent="171" vertex="1">
+                     <mxGeometry width="60" height="30" as="geometry">
+                         <mxRectangle width="60" height="30" as="alternateBounds"/>
+                     </mxGeometry>
+                 </mxCell>
+                 <mxCell id="173" value="T4_timereceive DATETIME" style="shape=partialRectangle;connectable=0;fillColor=default;top=0;left=0;bottom=0;right=0;align=left;spacingLeft=6;overflow=hidden;html=1;whiteSpace=wrap;labelBackgroundColor=none;labelBorderColor=none;swimlaneFillColor=none;" parent="171" vertex="1">
+                     <mxGeometry x="60" width="220" height="30" as="geometry">
+                         <mxRectangle width="220" height="30" as="alternateBounds"/>
+                     </mxGeometry>
+                 </mxCell>
+                 <mxCell id="174" value="" style="shape=tableRow;horizontal=0;startSize=0;swimlaneHead=0;swimlaneBody=0;fillColor=default;collapsible=0;dropTarget=0;points=[[0,0.5],[1,0.5]];portConstraint=eastwest;top=0;left=0;right=0;bottom=0;html=1;labelBackgroundColor=none;labelBorderColor=none;swimlaneFillColor=none;" parent="161" vertex="1">
                    <mxGeometry y="120" width="280" height="30" as="geometry"/>
                </mxCell>
-                 <mxCell id="172" value="" style="shape=partialRectangle;connectable=0;fillColor=default;top=0;left=0;bottom=0;right=0;editable=1;overflow=hidden;html=1;whiteSpace=wrap;labelBackgroundColor=none;labelBorderColor=none;swimlaneFillColor=none;" parent="171" vertex="1">
-                     <mxGeometry width="60" height="30" as="geometry">
-                         <mxRectangle width="60" height="30" as="alternateBounds"/>
-                     </mxGeometry>
-                 </mxCell>
-                 <mxCell id="173" value="T4_timereceive DATETIME" style="shape=partialRectangle;connectable=0;fillColor=default;top=0;left=0;bottom=0;right=0;align=left;spacingLeft=6;overflow=hidden;html=1;whiteSpace=wrap;labelBackgroundColor=none;labelBorderColor=none;swimlaneFillColor=none;" parent="171" vertex="1">
-                     <mxGeometry x="60" width="220" height="30" as="geometry">
-                         <mxRectangle width="220" height="30" as="alternateBounds"/>
-                     </mxGeometry>
-                 </mxCell>
-                 <mxCell id="174" value="" style="shape=tableRow;horizontal=0;startSize=0;swimlaneHead=0;swimlaneBody=0;fillColor=default;collapsible=0;dropTarget=0;points=[[0,0.5],[1,0.5]];portConstraint=eastwest;top=0;left=0;right=0;bottom=0;html=1;labelBackgroundColor=none;labelBorderColor=none;swimlaneFillColor=none;" parent="161" vertex="1">
+                 <mxCell id="175" value="" style="shape=partialRectangle;connectable=0;fillColor=default;top=0;left=0;bottom=0;right=0;editable=1;overflow=hidden;html=1;whiteSpace=wrap;labelBackgroundColor=none;labelBorderColor=none;swimlaneFillColor=none;" parent="174" vertex="1">
+                     <mxGeometry width="60" height="30" as="geometry">
+                         <mxRectangle width="60" height="30" as="alternateBounds"/>
+                     </mxGeometry>
+                 </mxCell>
+                 <mxCell id="176" value="T4_timereturn DATETIME" style="shape=partialRectangle;connectable=0;fillColor=default;top=0;left=0;bottom=0;right=0;align=left;spacingLeft=6;overflow=hidden;html=1;whiteSpace=wrap;labelBackgroundColor=none;labelBorderColor=none;swimlaneFillColor=none;" parent="174" vertex="1">
+                     <mxGeometry x="60" width="220" height="30" as="geometry">
+                         <mxRectangle width="220" height="30" as="alternateBounds"/>
+                     </mxGeometry>
+                 </mxCell>
+                 <mxCell id="236" value="" style="shape=tableRow;horizontal=0;startSize=0;swimlaneHead=0;swimlaneBody=0;fillColor=default;collapsible=0;dropTarget=0;points=[[0,0.5],[1,0.5]];portConstraint=eastwest;top=0;left=0;right=0;bottom=0;html=1;labelBackgroundColor=none;labelBorderColor=none;swimlaneFillColor=none;" parent="161" vertex="1">
                    <mxGeometry y="150" width="280" height="30" as="geometry"/>
                </mxCell>
-                 <mxCell id="175" value="" style="shape=partialRectangle;connectable=0;fillColor=default;top=0;left=0;bottom=0;right=0;editable=1;overflow=hidden;html=1;whiteSpace=wrap;labelBackgroundColor=none;labelBorderColor=none;swimlaneFillColor=none;" parent="174" vertex="1">
-                     <mxGeometry width="60" height="30" as="geometry">
-                         <mxRectangle width="60" height="30" as="alternateBounds"/>
-                     </mxGeometry>
-                 </mxCell>
-                 <mxCell id="176" value="T4_timereturn DATETIME" style="shape=partialRectangle;connectable=0;fillColor=default;top=0;left=0;bottom=0;right=0;align=left;spacingLeft=6;overflow=hidden;html=1;whiteSpace=wrap;labelBackgroundColor=none;labelBorderColor=none;swimlaneFillColor=none;" parent="174" vertex="1">
-                     <mxGeometry x="60" width="220" height="30" as="geometry">
-                         <mxRectangle width="220" height="30" as="alternateBounds"/>
-                     </mxGeometry>
-                 </mxCell>
-                 <mxCell id="236" value="" style="shape=tableRow;horizontal=0;startSize=0;swimlaneHead=0;swimlaneBody=0;fillColor=default;collapsible=0;dropTarget=0;points=[[0,0.5],[1,0.5]];portConstraint=eastwest;top=0;left=0;right=0;bottom=0;html=1;labelBackgroundColor=none;labelBorderColor=none;swimlaneFillColor=none;" vertex="1" parent="161">
-                     <mxGeometry y="180" width="280" height="30" as="geometry"/>
-                 </mxCell>
-                 <mxCell id="237" value="" style="shape=partialRectangle;connectable=0;fillColor=default;top=0;left=0;bottom=0;right=0;editable=1;overflow=hidden;html=1;whiteSpace=wrap;labelBackgroundColor=none;labelBorderColor=none;swimlaneFillColor=none;" vertex="1" parent="236">
-                     <mxGeometry width="60" height="30" as="geometry">
-                         <mxRectangle width="60" height="30" as="alternateBounds"/>
-                     </mxGeometry>
-                 </mxCell>
-                 <mxCell id="238" value="T4_status VARCHAR(40)" style="shape=partialRectangle;connectable=0;fillColor=default;top=0;left=0;bottom=0;right=0;align=left;spacingLeft=6;overflow=hidden;html=1;whiteSpace=wrap;labelBackgroundColor=none;labelBorderColor=none;swimlaneFillColor=none;" vertex="1" parent="236">
+                 <mxCell id="237" value="" style="shape=partialRectangle;connectable=0;fillColor=default;top=0;left=0;bottom=0;right=0;editable=1;overflow=hidden;html=1;whiteSpace=wrap;labelBackgroundColor=none;labelBorderColor=none;swimlaneFillColor=none;" parent="236" vertex="1">
+                     <mxGeometry width="60" height="30" as="geometry">
+                         <mxRectangle width="60" height="30" as="alternateBounds"/>
+                     </mxGeometry>
+                 </mxCell>
+                 <mxCell id="238" value="T4_status VARCHAR(40)" style="shape=partialRectangle;connectable=0;fillColor=default;top=0;left=0;bottom=0;right=0;align=left;spacingLeft=6;overflow=hidden;html=1;whiteSpace=wrap;labelBackgroundColor=none;labelBorderColor=none;swimlaneFillColor=none;" parent="236" vertex="1">
                    <mxGeometry x="60" width="220" height="30" as="geometry">
                        <mxRectangle width="220" height="30" as="alternateBounds"/>
                    </mxGeometry>
                </mxCell>
                <mxCell id="204" value="T5_book" style="shape=table;startSize=30;container=1;collapsible=1;childLayout=tableLayout;fixedRows=1;rowLines=0;fontStyle=1;align=center;resizeLast=1;html=1;whiteSpace=wrap;fillColor=default;fillStyle=solid;swimlaneFillColor=none;strokeColor=default;perimeterSpacing=0;swimlaneLine=1;shadow=0;strokeWidth=2;labelBorderColor=none;labelBackgroundColor=none;" parent="1" vertex="1">
                    <mxGeometry x="520" y="370" width="290" height="180" as="geometry"/>
                </mxCell>
                <mxCell id="205" value="" style="shape=tableRow;horizontal=0;startSize=0;swimlaneHead=0;swimlaneBody=0;fillColor=default;collapsible=0;dropTarget=0;points=[[0,0.5],[1,0.5]];portConstraint=eastwest;top=0;left=0;right=0;bottom=0;html=1;labelBackgroundColor=none;labelBorderColor=none;swimlaneFillColor=none;" parent="204" vertex="1">
                    <mxGeometry y="30" width="290" height="30" as="geometry"/>
                </mxCell>
                <mxCell id="206" value="PK" style="shape=partialRectangle;connectable=0;fillColor=default;top=0;left=0;bottom=0;right=0;fontStyle=1;overflow=hidden;html=1;whiteSpace=wrap;labelBackgroundColor=none;labelBorderColor=none;swimlaneFillColor=none;" parent="205" vertex="1">
                    <mxGeometry width="60" height="30" as="geometry">
                        <mxRectangle width="60" height="30" as="alternateBounds"/>
                    </mxGeometry>
                </mxCell>
                <mxCell id="207" value="T5_bookid VARCHAR(50)" style="shape=partialRectangle;connectable=0;fillColor=default;top=0;left=0;bottom=0;right=0;align=left;spacingLeft=6;fontStyle=1;overflow=hidden;html=1;whiteSpace=wrap;labelBackgroundColor=none;labelBorderColor=none;swimlaneFillColor=none;" parent="205" vertex="1">
                    <mxGeometry x="60" width="230" height="30" as="geometry">
                        <mxRectangle width="230" height="30" as="alternateBounds"/>
                    </mxGeometry>
                </mxCell>
                <mxCell id="208" value="" style="shape=tableRow;horizontal=0;startSize=0;swimlaneHead=0;swimlaneBody=0;fillColor=default;collapsible=0;dropTarget=0;points=[[0,0.5],[1,0.5]];portConstraint=eastwest;top=0;left=0;right=0;bottom=0;html=1;labelBackgroundColor=none;labelBorderColor=none;swimlaneFillColor=none;" parent="204" vertex="1">
                    <mxGeometry y="60" width="290" height="30" as="geometry"/>
                </mxCell>
                <mxCell id="209" value="FK" style="shape=partialRectangle;connectable=0;fillColor=default;top=0;left=0;bottom=0;right=0;editable=1;overflow=hidden;html=1;whiteSpace=wrap;labelBackgroundColor=none;labelBorderColor=none;swimlaneFillColor=none;" parent="208" vertex="1">
                    <mxGeometry width="60" height="30" as="geometry">
                        <mxRectangle width="60" height="30" as="alternateBounds"/>
                    </mxGeometry>
                </mxCell>
                <mxCell id="210" value="T5T3_requestid VARCHAR(50)" style="shape=partialRectangle;connectable=0;fillColor=default;top=0;left=0;bottom=0;right=0;align=left;spacingLeft=6;overflow=hidden;html=1;whiteSpace=wrap;labelBackgroundColor=none;labelBorderColor=none;swimlaneFillColor=none;" parent="208" vertex="1">
                    <mxGeometry x="60" width="230" height="30" as="geometry">
                        <mxRectangle width="230" height="30" as="alternateBounds"/>
                    </mxGeometry>
                </mxCell>
                <mxCell id="211" value="" style="shape=tableRow;horizontal=0;startSize=0;swimlaneHead=0;swimlaneBody=0;fillColor=default;collapsible=0;dropTarget=0;points=[[0,0.5],[1,0.5]];portConstraint=eastwest;top=0;left=0;right=0;bottom=0;html=1;labelBackgroundColor=none;labelBorderColor=none;swimlaneFillColor=none;" parent="204" vertex="1">
                    <mxGeometry y="90" width="290" height="30" as="geometry"/>
                </mxCell>
                <mxCell id="212" value="" style="shape=partialRectangle;connectable=0;fillColor=default;top=0;left=0;bottom=0;right=0;fontStyle=1;overflow=hidden;html=1;whiteSpace=wrap;strokeWidth=1;shadow=0;strokeColor=default;perimeterSpacing=0;labelBackgroundColor=none;labelBorderColor=none;swimlaneFillColor=none;" parent="211" vertex="1">
                    <mxGeometry width="60" height="30" as="geometry">
                        <mxRectangle width="60" height="30" as="alternateBounds"/>
                    </mxGeometry>
                </mxCell>
                <mxCell id="213" value="T5_asset JSON" style="shape=partialRectangle;connectable=0;fillColor=default;top=0;left=0;bottom=0;right=0;align=left;spacingLeft=6;fontStyle=0;overflow=hidden;html=1;whiteSpace=wrap;strokeWidth=1;shadow=0;perimeterSpacing=0;labelBackgroundColor=none;labelBorderColor=none;swimlaneFillColor=none;" parent="211" vertex="1">
                    <mxGeometry x="60" width="230" height="30" as="geometry">
                        <mxRectangle width="230" height="30" as="alternateBounds"/>
                    </mxGeometry>
                </mxCell>
                <mxCell id="217" value="" style="shape=tableRow;horizontal=0;startSize=0;swimlaneHead=0;swimlaneBody=0;fillColor=default;collapsible=0;dropTarget=0;points=[[0,0.5],[1,0.5]];portConstraint=eastwest;top=0;left=0;right=0;bottom=0;html=1;labelBackgroundColor=none;labelBorderColor=none;swimlaneFillColor=none;" parent="204" vertex="1">
                    <mxGeometry y="120" width="290" height="30" as="geometry"/>
                </mxCell>
                <mxCell id="218" value="" style="shape=partialRectangle;connectable=0;fillColor=default;top=0;left=0;bottom=0;right=0;editable=1;overflow=hidden;html=1;whiteSpace=wrap;labelBackgroundColor=none;labelBorderColor=none;swimlaneFillColor=none;" parent="217" vertex="1">
                    <mxGeometry width="60" height="30" as="geometry">
                        <mxRectangle width="60" height="30" as="alternateBounds"/>
                    </mxGeometry>
                </mxCell>
                <mxCell id="219" value="T5_timestart DATETIME" style="shape=partialRectangle;connectable=0;fillColor=default;top=0;left=0;bottom=0;right=0;align=left;spacingLeft=6;overflow=hidden;html=1;whiteSpace=wrap;labelBackgroundColor=none;labelBorderColor=none;swimlaneFillColor=none;" parent="217" vertex="1">
                    <mxGeometry x="60" width="230" height="30" as="geometry">
                        <mxRectangle width="230" height="30" as="alternateBounds"/>
                    </mxGeometry>
                </mxCell>
                <mxCell id="220" value="" style="shape=tableRow;horizontal=0;startSize=0;swimlaneHead=0;swimlaneBody=0;fillColor=default;collapsible=0;dropTarget=0;points=[[0,0.5],[1,0.5]];portConstraint=eastwest;top=0;left=0;right=0;bottom=0;html=1;labelBackgroundColor=none;labelBorderColor=none;swimlaneFillColor=none;" parent="204" vertex="1">
                    <mxGeometry y="150" width="290" height="30" as="geometry"/>
                </mxCell>
                <mxCell id="221" value="" style="shape=partialRectangle;connectable=0;fillColor=default;top=0;left=0;bottom=0;right=0;editable=1;overflow=hidden;html=1;whiteSpace=wrap;labelBackgroundColor=none;labelBorderColor=none;swimlaneFillColor=none;" parent="220" vertex="1">
                    <mxGeometry width="60" height="30" as="geometry">
                        <mxRectangle width="60" height="30" as="alternateBounds"/>
                    </mxGeometry>
                </mxCell>
                <mxCell id="222" value="T5&lt;span style=&quot;color: rgb(63, 63, 63); background-color: transparent;&quot;&gt;_timeend DATETIME&lt;/span&gt;" style="shape=partialRectangle;connectable=0;fillColor=default;top=0;left=0;bottom=0;right=0;align=left;spacingLeft=6;overflow=hidden;html=1;whiteSpace=wrap;labelBackgroundColor=none;labelBorderColor=none;swimlaneFillColor=none;" parent="220" vertex="1">
                    <mxGeometry x="60" width="230" height="30" as="geometry">
                        <mxRectangle width="230" height="30" as="alternateBounds"/>
                    </mxGeometry>
                </mxCell>
                <mxCell id="229" style="edgeStyle=orthogonalEdgeStyle;html=1;entryX=0;entryY=0.5;entryDx=0;entryDy=0;exitX=0;exitY=0.5;exitDx=0;exitDy=0;rounded=0;curved=0;strokeWidth=2;endArrow=ERzeroToMany;endFill=0;startArrow=ERmandOne;startFill=0;" parent="1" source="19" target="60" edge="1">
                    <mxGeometry relative="1" as="geometry">
                        <Array as="points">
                            <mxPoint x="190" y="575"/>
                            <mxPoint x="190" y="305"/>
                        </Array>
                    </mxGeometry>
                </mxCell>
                <mxCell id="232" style="edgeStyle=orthogonalEdgeStyle;shape=connector;curved=0;rounded=0;html=1;exitX=0;exitY=0.5;exitDx=0;exitDy=0;entryX=1;entryY=0.25;entryDx=0;entryDy=0;strokeColor=default;strokeWidth=2;align=center;verticalAlign=middle;fontFamily=Helvetica;fontSize=11;fontColor=default;labelBackgroundColor=default;endArrow=ERzeroToOne;startArrow=ERmandOne;startFill=0;endFill=0;" parent="1" source="73" target="204" edge="1">
                    <mxGeometry relative="1" as="geometry"/>
                </mxCell>
-                 <mxCell id="233" style="edgeStyle=orthogonalEdgeStyle;shape=connector;curved=0;rounded=0;html=1;exitX=1;exitY=0.5;exitDx=0;exitDy=0;entryX=1;entryY=0.5;entryDx=0;entryDy=0;strokeColor=default;strokeWidth=2;align=center;verticalAlign=middle;fontFamily=Helvetica;fontSize=11;fontColor=default;labelBackgroundColor=default;endArrow=ERzeroToOne;startArrow=ERmandOne;startFill=0;endFill=0;" parent="1" source="73" edge="1">
+                 <mxCell id="233" style="edgeStyle=orthogonalEdgeStyle;shape=connector;curved=0;rounded=0;html=1;exitX=1;exitY=0.5;exitDx=0;exitDy=0;entryX=1;entryY=0.25;entryDx=0;entryDy=0;strokeColor=default;strokeWidth=2;align=center;verticalAlign=middle;fontFamily=Helvetica;fontSize=11;fontColor=default;labelBackgroundColor=default;endArrow=ERzeroToOne;startArrow=ERmandOne;startFill=0;endFill=0;" parent="1" source="73" edge="1" target="161">
                    <mxGeometry relative="1" as="geometry">
                        <mxPoint x="1140" y="467" as="sourcePoint"/>
                        <mxPoint x="1140" y="187" as="targetPoint"/>
                        <Array as="points">
                            <mxPoint x="1170" y="545"/>
-                             <mxPoint x="1170" y="187"/>
+                             <mxPoint x="1170" y="185"/>
                        </Array>
                    </mxGeometry>
                </mxCell>
                <mxCell id="234" style="edgeStyle=orthogonalEdgeStyle;shape=connector;curved=0;rounded=0;html=1;entryX=0;entryY=0.5;entryDx=0;entryDy=0;strokeColor=default;strokeWidth=2;align=center;verticalAlign=middle;fontFamily=Helvetica;fontSize=11;fontColor=default;labelBackgroundColor=default;endArrow=ERzeroToMany;startArrow=ERoneToMany;startFill=0;endFill=0;" parent="1" source="35" target="165" edge="1">
                    <mxGeometry relative="1" as="geometry"/>
                </mxCell>
                <mxCell id="235" style="edgeStyle=orthogonalEdgeStyle;shape=connector;curved=0;rounded=0;html=1;entryX=0;entryY=0.5;entryDx=0;entryDy=0;strokeColor=default;strokeWidth=2;align=center;verticalAlign=middle;fontFamily=Helvetica;fontSize=11;fontColor=default;labelBackgroundColor=default;endArrow=ERzeroToMany;startArrow=ERmandOne;startFill=0;endFill=0;" parent="1" source="19" target="76" edge="1">
                    <mxGeometry relative="1" as="geometry"/>
                </mxCell>
            </root>
        </mxGraphModel>
    </diagram>
</mxfile>